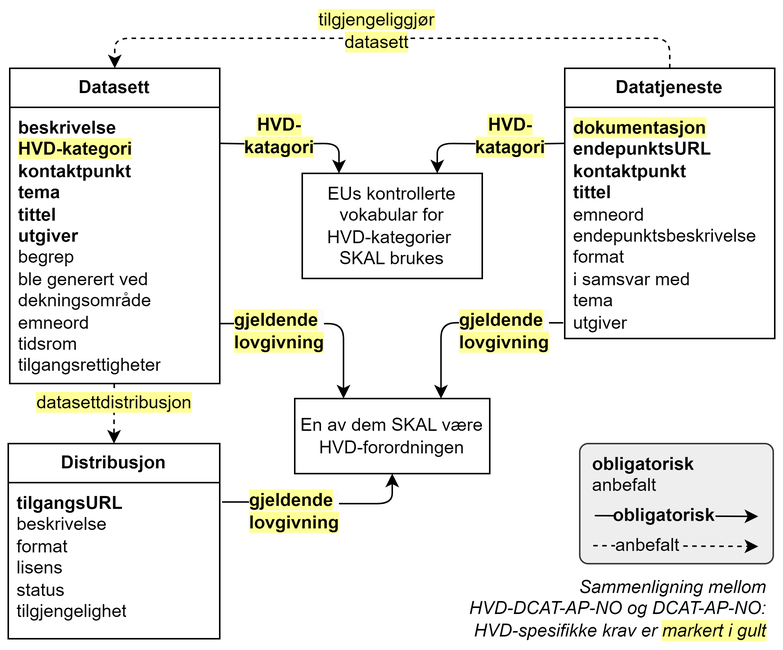
Above: docs/images/HVD-DCAT-AP-NO-forenklet-fremstilling.png in Informasjonsforvaltning/hvd-dcat-ap-no (draw.io), before the change. Source tidied: cells renumbered, new cells last; positions are measured from the earlier drawing's top-left corner, leaving out a move shared by most shapes.
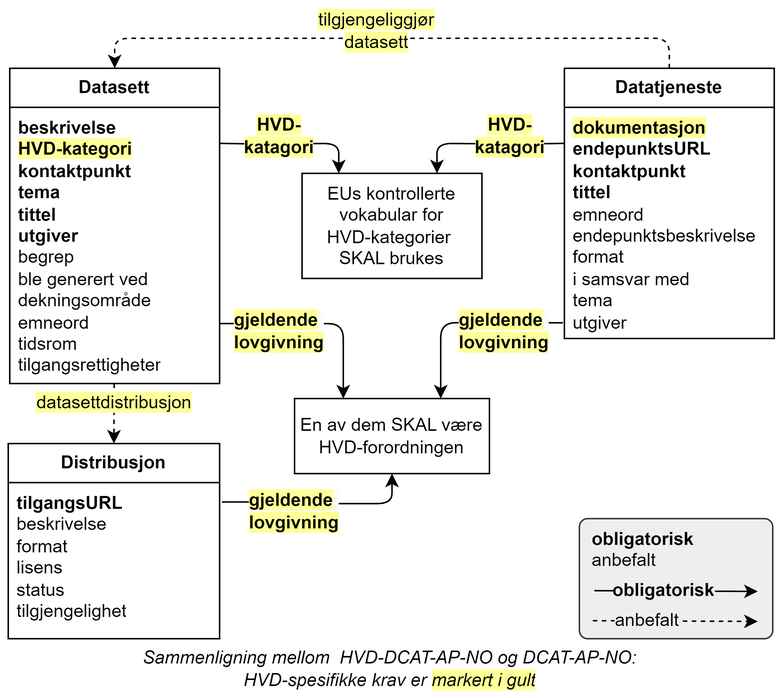
After the change.

Commit message:
Oppdaterer tegning Forenklet fremstilling

Change to the diagram source:
```diff
@@ -30,7 +30,7 @@
       <mxGeometry x="41" y="253" width="60" height="20" as="geometry" />
     </mxCell>
     <mxCell id="11" style="group;" parent="1" vertex="1">
-      <mxGeometry x="381" y="290" width="129" height="80" as="geometry" />
+      <mxGeometry x="381" y="340" width="129" height="80" as="geometry" />
     </mxCell>
     <mxCell id="12" value="&lt;b&gt;&amp;nbsp; obligatorisk&lt;/b&gt;&lt;div&gt;&amp;nbsp; anbefalt&lt;/div&gt;" style="rounded=1;whiteSpace=wrap;html=1;align=left;verticalAlign=top;arcSize=7;fillColor=#eeeeee;strokeColor=#36393d;" parent="11" vertex="1">
       <mxGeometry width="129" height="80" as="geometry" />
@@ -59,8 +59,8 @@
     <mxCell id="18" value="&lt;span style=&quot;background-color: rgb(238, 238, 238);&quot;&gt;anbefalt&lt;/span&gt;" style="text;html=1;align=center;verticalAlign=middle;whiteSpace=wrap;rounded=0;" parent="16" vertex="1">
       <mxGeometry x="10.7" width="51.2" height="16" as="geometry" />
     </mxCell>
-    <mxCell id="19" value="Sammenligning mellom&amp;nbsp;&lt;div&gt;HVD-DCAT-AP-NO og DCAT-AP-NO:&amp;nbsp;&lt;/div&gt;&lt;div&gt;HVD-spesifikke krav er&amp;nbsp;&lt;span style=&quot;background-color: rgb(255, 255, 153);&quot;&gt;markert i gult&lt;/span&gt;&lt;span style=&quot;background-color: rgb(255 , 255 , 255)&quot;&gt;&amp;nbsp;&lt;/span&gt;&lt;/div&gt;" style="text;html=1;strokeColor=none;fillColor=none;align=right;verticalAlign=middle;whiteSpace=wrap;rounded=0;fontStyle=2;" parent="1" vertex="1">
-      <mxGeometry x="176" y="390" width="335" height="20" as="geometry" />
+    <mxCell id="19" value="Sammenligning mellom&amp;nbsp;&amp;nbsp;&lt;span style=&quot;background-color: initial;&quot;&gt;HVD-DCAT-AP-NO og DCAT-AP-NO:&amp;nbsp;&lt;/span&gt;&lt;div&gt;HVD-spesifikke krav er&amp;nbsp;&lt;span style=&quot;background-color: rgb(255, 255, 153);&quot;&gt;markert i gult&lt;/span&gt;&lt;span style=&quot;background-color: rgb(255 , 255 , 255)&quot;&gt;&amp;nbsp;&lt;/span&gt;&lt;/div&gt;" style="text;html=1;strokeColor=none;fillColor=none;align=center;verticalAlign=middle;whiteSpace=wrap;rounded=0;fontStyle=2;" parent="1" vertex="1">
+      <mxGeometry x="1" y="430" width="511" height="20" as="geometry" />
     </mxCell>
     <mxCell id="20" value="En av dem SKAL være HVD-forordningen" style="html=1;whiteSpace=wrap;" parent="1" vertex="1">
       <mxGeometry x="191" y="260" width="130" height="50" as="geometry" />
```
